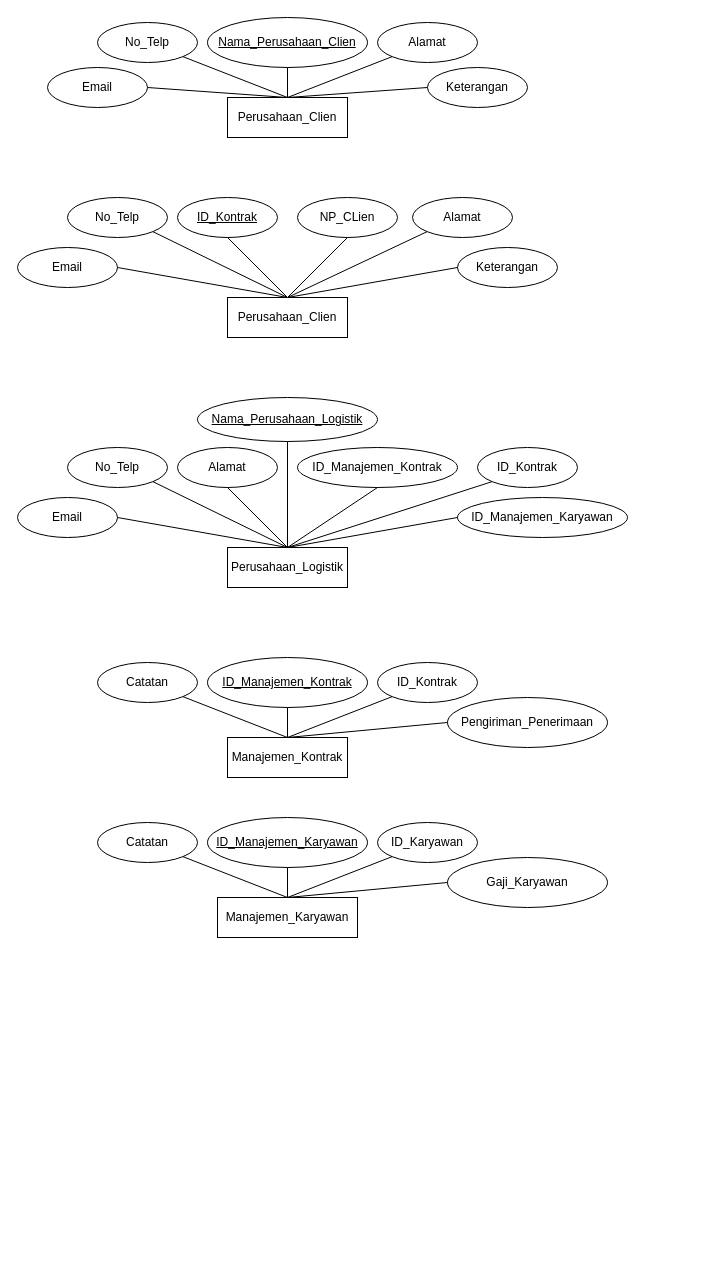
This is page "ERD-New" (4 of 11) of logistic-management-system.drawio from Firzh/semester-3, a draw.io file, before an edit. Source tidied: cells renumbered, new cells numbered last; positions are measured from the earlier drawing's top-left corner, leaving out a move shared by most shapes. Both pictures are drawn from the tidied source at 100%, with x=0, y=0 at pixel (17, 17).
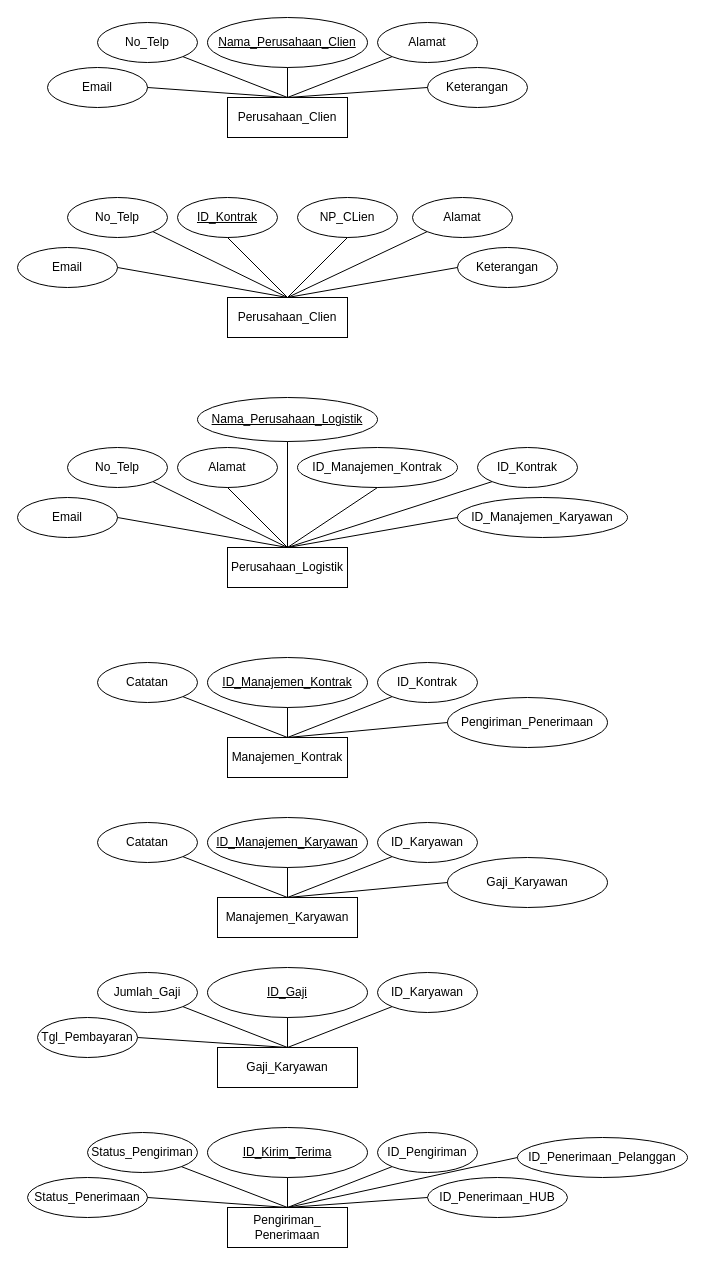
The same diagram, later.

Change to the diagram source:
```diff
@@
+    <mxCell id="59" style="endArrow=none;html=1;rounded=0;entryX=0;entryY=0.5;entryDx=0;entryDy=0;exitX=0.5;exitY=0;exitDx=0;exitDy=0;" parent="1" edge="1" source="69" target="80">
+      <mxGeometry relative="1" as="geometry" />
+    </mxCell>
@@
+    <mxCell id="60" value="Gaji_Karyawan" style="whiteSpace=wrap;html=1;align=center;" parent="1" vertex="1">
+      <mxGeometry x="200" y="1030" width="140" height="40" as="geometry" />
+    </mxCell>
+    <mxCell id="61" value="ID_Gaji" style="ellipse;whiteSpace=wrap;html=1;align=center;fontStyle=4;" parent="1" vertex="1">
+      <mxGeometry x="190" y="950" width="160" height="50" as="geometry" />
+    </mxCell>
+    <mxCell id="62" value="ID_Karyawan" style="ellipse;whiteSpace=wrap;html=1;align=center;" parent="1" vertex="1">
+      <mxGeometry x="360" y="955" width="100" height="40" as="geometry" />
+    </mxCell>
+    <mxCell id="63" value="Jumlah_Gaji" style="ellipse;whiteSpace=wrap;html=1;align=center;" parent="1" vertex="1">
+      <mxGeometry x="80" y="955" width="100" height="40" as="geometry" />
+    </mxCell>
+    <mxCell id="64" style="endArrow=none;html=1;rounded=0;entryX=0.5;entryY=1;entryDx=0;entryDy=0;exitX=0.5;exitY=0;exitDx=0;exitDy=0;" parent="1" edge="1" source="60" target="61">
+      <mxGeometry relative="1" as="geometry" />
+    </mxCell>
+    <mxCell id="65" style="endArrow=none;html=1;rounded=0;entryX=0;entryY=1;entryDx=0;entryDy=0;exitX=0.5;exitY=0;exitDx=0;exitDy=0;" parent="1" edge="1" source="60" target="62">
+      <mxGeometry relative="1" as="geometry" />
+    </mxCell>
+    <mxCell id="66" style="endArrow=none;html=1;rounded=0;entryX=1;entryY=0.5;entryDx=0;entryDy=0;exitX=0.5;exitY=0;exitDx=0;exitDy=0;" parent="1" edge="1" source="60" target="68">
+      <mxGeometry relative="1" as="geometry" />
+    </mxCell>
+    <mxCell id="67" style="endArrow=none;html=1;rounded=0;entryX=1;entryY=1;entryDx=0;entryDy=0;exitX=0.5;exitY=0;exitDx=0;exitDy=0;" parent="1" edge="1" source="60" target="63">
+      <mxGeometry relative="1" as="geometry" />
+    </mxCell>
+    <mxCell id="68" value="Tgl_Pembayaran" style="ellipse;whiteSpace=wrap;html=1;align=center;" parent="1" vertex="1">
+      <mxGeometry x="20" y="1000" width="100" height="40" as="geometry" />
+    </mxCell>
+    <mxCell id="69" value="Pengiriman_&lt;div&gt;Penerimaan&lt;/div&gt;" style="whiteSpace=wrap;html=1;align=center;" parent="1" vertex="1">
+      <mxGeometry x="210" y="1190" width="120" height="40" as="geometry" />
+    </mxCell>
+    <mxCell id="70" value="ID_Kirim_Terima" style="ellipse;whiteSpace=wrap;html=1;align=center;fontStyle=4;" parent="1" vertex="1">
+      <mxGeometry x="190" y="1110" width="160" height="50" as="geometry" />
+    </mxCell>
+    <mxCell id="71" value="ID_Pengiriman" style="ellipse;whiteSpace=wrap;html=1;align=center;" parent="1" vertex="1">
+      <mxGeometry x="360" y="1115" width="100" height="40" as="geometry" />
+    </mxCell>
+    <mxCell id="72" value="Status_Pengiriman" style="ellipse;whiteSpace=wrap;html=1;align=center;" parent="1" vertex="1">
+      <mxGeometry x="70" y="1115" width="110" height="40" as="geometry" />
+    </mxCell>
+    <mxCell id="73" value="Status_Penerimaan" style="ellipse;whiteSpace=wrap;html=1;align=center;" parent="1" vertex="1">
+      <mxGeometry x="10" y="1160" width="120" height="40" as="geometry" />
+    </mxCell>
+    <mxCell id="74" value="ID_Penerimaan_HUB" style="ellipse;whiteSpace=wrap;html=1;align=center;" parent="1" vertex="1">
+      <mxGeometry x="410" y="1160" width="140" height="40" as="geometry" />
+    </mxCell>
+    <mxCell id="75" style="endArrow=none;html=1;rounded=0;entryX=0.5;entryY=1;entryDx=0;entryDy=0;exitX=0.5;exitY=0;exitDx=0;exitDy=0;" parent="1" edge="1" source="69" target="70">
+      <mxGeometry relative="1" as="geometry" />
+    </mxCell>
+    <mxCell id="76" style="endArrow=none;html=1;rounded=0;entryX=0;entryY=1;entryDx=0;entryDy=0;exitX=0.5;exitY=0;exitDx=0;exitDy=0;" parent="1" edge="1" source="69" target="71">
+      <mxGeometry relative="1" as="geometry" />
+    </mxCell>
+    <mxCell id="77" style="endArrow=none;html=1;rounded=0;entryX=0;entryY=0.5;entryDx=0;entryDy=0;exitX=0.5;exitY=0;exitDx=0;exitDy=0;" parent="1" edge="1" source="69" target="74">
+      <mxGeometry relative="1" as="geometry" />
+    </mxCell>
+    <mxCell id="78" style="endArrow=none;html=1;rounded=0;entryX=1;entryY=1;entryDx=0;entryDy=0;exitX=0.5;exitY=0;exitDx=0;exitDy=0;" parent="1" edge="1" source="69" target="72">
+      <mxGeometry relative="1" as="geometry" />
+    </mxCell>
+    <mxCell id="79" style="endArrow=none;html=1;rounded=0;entryX=1;entryY=0.5;entryDx=0;entryDy=0;exitX=0.5;exitY=0;exitDx=0;exitDy=0;" parent="1" edge="1" source="69" target="73">
+      <mxGeometry relative="1" as="geometry" />
+    </mxCell>
+    <mxCell id="80" value="ID_Penerimaan_Pelanggan" style="ellipse;whiteSpace=wrap;html=1;align=center;" parent="1" vertex="1">
+      <mxGeometry x="500" y="1120" width="170" height="40" as="geometry" />
+    </mxCell>
```
